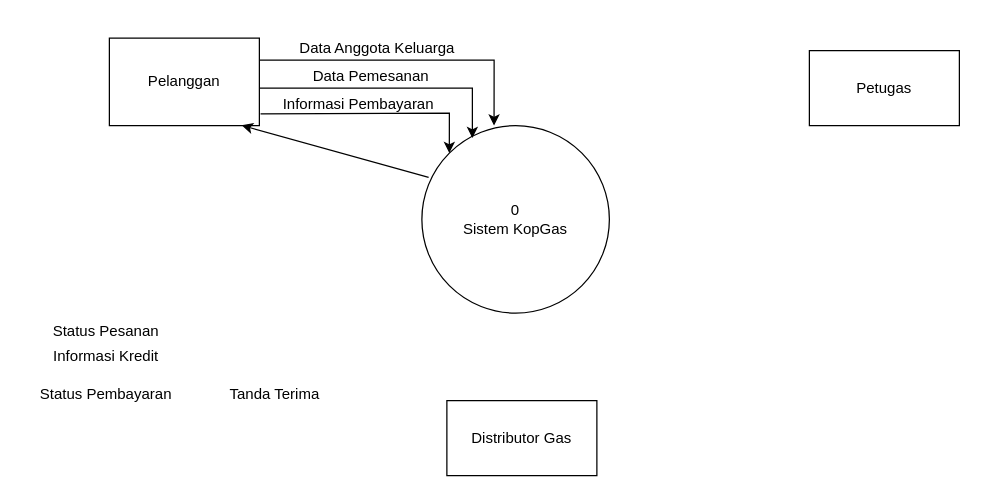
The draw.io diagram KopGas.drawio in fmmkyh/Latihan-RPL, before the edit. Source tidied: cells renumbered, new cells numbered last; positions are measured from the earlier drawing's top-left corner, leaving out a move shared by most shapes. Both pictures are drawn from the tidied source at 125%, with x=0, y=0 at pixel (21, 29).
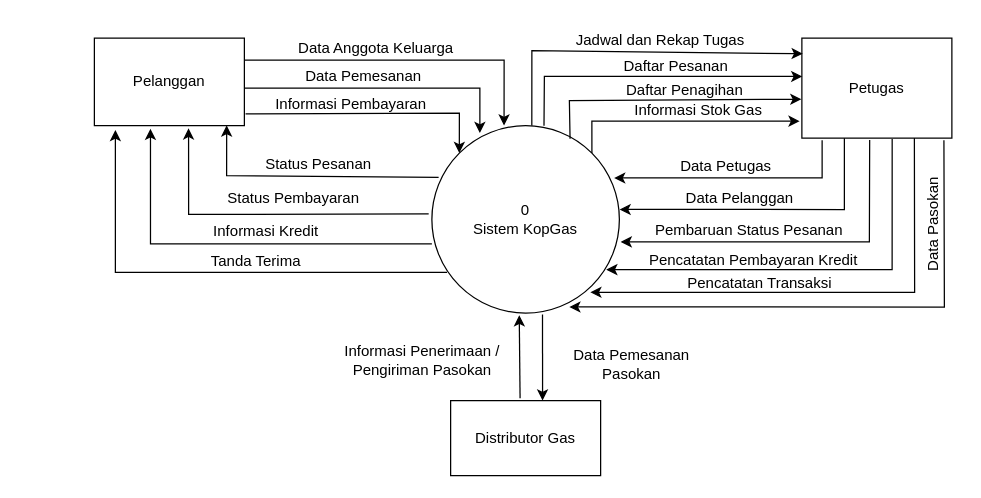
The same page after the edit.

Diff of the diagram source:
```diff
@@
     <mxCell id="2" value="0&lt;br&gt;Sistem&amp;nbsp;&lt;span style=&quot;text-decoration-line: inherit; background-color: transparent; color: light-dark(rgb(0, 0, 0), rgb(255, 255, 255));&quot;&gt;KopGas&lt;/span&gt;" style="ellipse;whiteSpace=wrap;html=1;shapeInside=1;" parent="1" vertex="1">
-      <mxGeometry x="320" y="77" width="150" height="150" as="geometry" />
+      <mxGeometry x="328" y="77" width="150" height="150" as="geometry" />
     </mxCell>
     <mxCell id="3" value="Pelanggan" style="rounded=0;whiteSpace=wrap;html=1;" parent="1" vertex="1">
-      <mxGeometry x="70" y="7" width="120" height="70" as="geometry" />
+      <mxGeometry x="58" y="7" width="120" height="70" as="geometry" />
     </mxCell>
     <mxCell id="4" value="Petugas" style="rounded=0;whiteSpace=wrap;html=1;" parent="1" vertex="1">
-      <mxGeometry x="630" y="17" width="120" height="60" as="geometry" />
+      <mxGeometry x="624" y="7" width="120" height="80" as="geometry" />
     </mxCell>
     <mxCell id="5" value="Distributor Gas" style="rounded=0;whiteSpace=wrap;html=1;" parent="1" vertex="1">
-      <mxGeometry x="340" y="297" width="120" height="60" as="geometry" />
+      <mxGeometry x="343" y="297" width="120" height="60" as="geometry" />
     </mxCell>
     <mxCell id="6" style="endArrow=classic;html=1;rounded=0;exitX=1;exitY=0.25;exitDx=0;exitDy=0;entryX=0.385;entryY=0;entryDx=0;entryDy=0;entryPerimeter=0;" parent="1" edge="1" source="3" target="2">
       <mxGeometry relative="1" as="geometry">
         <Array as="points">
-          <mxPoint x="377.8" y="24.5" />
+          <mxPoint x="385.8" y="24.5" />
         </Array>
       </mxGeometry>
     </mxCell>
     <mxCell id="7" value="Data Anggota Keluarga" style="text;html=1;whiteSpace=wrap;strokeColor=none;fillColor=none;align=center;verticalAlign=middle;rounded=0;" parent="1" vertex="1">
-      <mxGeometry x="217" width="135" height="30" as="geometry" />
+      <mxGeometry x="216" width="135" height="30" as="geometry" />
     </mxCell>
     <mxCell id="8" value="Data Pemesanan" style="text;html=1;whiteSpace=wrap;strokeColor=none;fillColor=none;align=center;verticalAlign=middle;rounded=0;" parent="1" vertex="1">
-      <mxGeometry x="212" y="23" width="135" height="30" as="geometry" />
+      <mxGeometry x="206" y="23" width="135" height="30" as="geometry" />
     </mxCell>
     <mxCell id="9" value="Informasi Pembayaran" style="text;html=1;whiteSpace=wrap;strokeColor=none;fillColor=none;align=center;verticalAlign=middle;rounded=0;" parent="1" vertex="1">
-      <mxGeometry x="202" y="45" width="135" height="30" as="geometry" />
+      <mxGeometry x="196" y="45" width="135" height="30" as="geometry" />
     </mxCell>
-    <mxCell id="10" style="endArrow=classic;html=1;rounded=0;" parent="1" edge="1">
+    <mxCell id="10" style="endArrow=classic;html=1;rounded=0;entryX=0.256;entryY=0.04;entryDx=0;entryDy=0;entryPerimeter=0;" parent="1" edge="1" target="2">
       <mxGeometry relative="1" as="geometry">
-        <mxPoint x="190" y="47" as="sourcePoint" />
-        <mxPoint x="360.4" y="87" as="targetPoint" />
+        <mxPoint x="178" y="47" as="sourcePoint" />
         <Array as="points">
-          <mxPoint x="360.4" y="47" />
+          <mxPoint x="366.4" y="47" />
         </Array>
       </mxGeometry>
     </mxCell>
     <mxCell id="11" style="endArrow=classic;html=1;rounded=0;entryX=0;entryY=0;entryDx=0;entryDy=0;exitX=1.008;exitY=0.866;exitDx=0;exitDy=0;exitPerimeter=0;" parent="1" edge="1" source="3" target="2">
       <mxGeometry relative="1" as="geometry">
         <Array as="points">
-          <mxPoint x="342" y="67" />
+          <mxPoint x="350" y="67" />
         </Array>
       </mxGeometry>
     </mxCell>
     <mxCell id="12" value="Status Pesanan" style="text;html=1;whiteSpace=wrap;strokeColor=none;fillColor=none;align=center;verticalAlign=middle;rounded=0;" parent="1" vertex="1">
-      <mxGeometry y="227" width="135" height="30" as="geometry" />
+      <mxGeometry x="170" y="93" width="135" height="30" as="geometry" />
     </mxCell>
     <mxCell id="13" value="Informasi Kredit" style="text;html=1;whiteSpace=wrap;strokeColor=none;fillColor=none;align=center;verticalAlign=middle;rounded=0;" parent="1" vertex="1">
-      <mxGeometry y="247" width="135" height="30" as="geometry" />
+      <mxGeometry x="128" y="147" width="135" height="30" as="geometry" />
     </mxCell>
     <mxCell id="14" value="Status Pembayaran" style="text;html=1;whiteSpace=wrap;strokeColor=none;fillColor=none;align=center;verticalAlign=middle;rounded=0;" parent="1" vertex="1">
-      <mxGeometry y="277" width="135" height="30" as="geometry" />
+      <mxGeometry x="150" y="120" width="135" height="30" as="geometry" />
     </mxCell>
     <mxCell id="15" value="Tanda Terima" style="text;html=1;whiteSpace=wrap;strokeColor=none;fillColor=none;align=center;verticalAlign=middle;rounded=0;" parent="1" vertex="1">
-      <mxGeometry x="135" y="277" width="135" height="30" as="geometry" />
+      <mxGeometry x="120" y="171" width="135" height="30" as="geometry" />
     </mxCell>
     <mxCell id="16" style="endArrow=classic;html=1;rounded=0;entryX=0.882;entryY=0.997;entryDx=0;entryDy=0;entryPerimeter=0;exitX=0.036;exitY=0.276;exitDx=0;exitDy=0;exitPerimeter=0;" parent="1" edge="1" source="2" target="3">
-      <mxGeometry relative="1" as="geometry" />
+      <mxGeometry relative="1" as="geometry">
+        <Array as="points">
+          <mxPoint x="163.8" y="117" />
+        </Array>
+      </mxGeometry>
     </mxCell>
+    <mxCell id="17" style="endArrow=classic;html=1;rounded=0;entryX=0.628;entryY=1.031;entryDx=0;entryDy=0;entryPerimeter=0;exitX=-0.017;exitY=0.471;exitDx=0;exitDy=0;exitPerimeter=0;" parent="1" edge="1" source="2" target="3">
+      <mxGeometry relative="1" as="geometry">
+        <Array as="points">
+          <mxPoint x="133.4" y="148" />
+        </Array>
+      </mxGeometry>
+    </mxCell>
+    <mxCell id="18" style="endArrow=classic;html=1;rounded=0;entryX=0.374;entryY=1.036;entryDx=0;entryDy=0;entryPerimeter=0;exitX=0;exitY=0.63;exitDx=0;exitDy=0;exitPerimeter=0;" parent="1" edge="1" source="2" target="3">
+      <mxGeometry relative="1" as="geometry">
+        <Array as="points">
+          <mxPoint x="102.9" y="171.5" />
+        </Array>
+      </mxGeometry>
+    </mxCell>
+    <mxCell id="19" style="endArrow=classic;html=1;rounded=0;entryX=0.14;entryY=1.05;entryDx=0;entryDy=0;entryPerimeter=0;exitX=0.081;exitY=0.783;exitDx=0;exitDy=0;exitPerimeter=0;" parent="1" edge="1" source="2" target="3">
+      <mxGeometry relative="1" as="geometry">
+        <Array as="points">
+          <mxPoint x="74.8" y="194.4" />
+        </Array>
+      </mxGeometry>
+    </mxCell>
+    <mxCell id="20" value="Jadwal dan Rekap Tugas" style="text;html=1;whiteSpace=wrap;strokeColor=none;fillColor=none;align=center;verticalAlign=middle;rounded=0;" parent="1" vertex="1">
+      <mxGeometry x="436" y="-6" width="150" height="30" as="geometry" />
+    </mxCell>
+    <mxCell id="21" value="Daftar Pesanan" style="text;html=1;whiteSpace=wrap;strokeColor=none;fillColor=none;align=center;verticalAlign=middle;rounded=0;" parent="1" vertex="1">
+      <mxGeometry x="456" y="15" width="135" height="30" as="geometry" />
+    </mxCell>
+    <mxCell id="22" value="Daftar Penagihan" style="text;html=1;whiteSpace=wrap;strokeColor=none;fillColor=none;align=center;verticalAlign=middle;rounded=0;" parent="1" vertex="1">
+      <mxGeometry x="463" y="34" width="135" height="30" as="geometry" />
+    </mxCell>
+    <mxCell id="23" value="Informasi Stok Gas" style="text;html=1;whiteSpace=wrap;strokeColor=none;fillColor=none;align=center;verticalAlign=middle;rounded=0;" parent="1" vertex="1">
+      <mxGeometry x="474" y="50" width="135" height="30" as="geometry" />
+    </mxCell>
+    <mxCell id="24" style="endArrow=classic;html=1;rounded=0;entryX=0.003;entryY=0.383;entryDx=0;entryDy=0;entryPerimeter=0;exitX=0.598;exitY=0.001;exitDx=0;exitDy=0;exitPerimeter=0;" parent="1" edge="1" source="2" target="4">
+      <mxGeometry relative="1" as="geometry">
+        <Array as="points">
+          <mxPoint x="418" y="37.6" />
+        </Array>
+      </mxGeometry>
+    </mxCell>
+    <mxCell id="25" style="endArrow=classic;html=1;rounded=0;entryX=-0.003;entryY=0.611;entryDx=0;entryDy=0;entryPerimeter=0;exitX=0.737;exitY=0.07;exitDx=0;exitDy=0;exitPerimeter=0;" parent="1" edge="1" source="2" target="4">
+      <mxGeometry relative="1" as="geometry">
+        <Array as="points">
+          <mxPoint x="438" y="57" />
+        </Array>
+      </mxGeometry>
+    </mxCell>
+    <mxCell id="26" style="endArrow=classic;html=1;rounded=0;entryX=-0.015;entryY=0.83;entryDx=0;entryDy=0;entryPerimeter=0;exitX=1;exitY=0;exitDx=0;exitDy=0;" parent="1" edge="1" source="2" target="4">
+      <mxGeometry relative="1" as="geometry">
+        <Array as="points">
+          <mxPoint x="456" y="73.4" />
+        </Array>
+      </mxGeometry>
+    </mxCell>
+    <mxCell id="27" style="endArrow=classic;html=1;rounded=0;exitX=0.533;exitY=0;exitDx=0;exitDy=0;exitPerimeter=0;entryX=0.006;entryY=0.156;entryDx=0;entryDy=0;entryPerimeter=0;" parent="1" edge="1" source="2" target="4">
+      <mxGeometry relative="1" as="geometry">
+        <Array as="points">
+          <mxPoint x="408" y="17" />
+        </Array>
+      </mxGeometry>
+    </mxCell>
+    <mxCell id="28" style="endArrow=classic;html=1;rounded=0;exitX=0.135;exitY=1.022;exitDx=0;exitDy=0;exitPerimeter=0;entryX=0.972;entryY=0.279;entryDx=0;entryDy=0;entryPerimeter=0;" parent="1" edge="1" source="4" target="2">
+      <mxGeometry relative="1" as="geometry">
+        <Array as="points">
+          <mxPoint x="640.2" y="118.8" />
+        </Array>
+      </mxGeometry>
+    </mxCell>
+    <mxCell id="29" value="Data Petugas" style="text;html=1;whiteSpace=wrap;strokeColor=none;fillColor=none;align=center;verticalAlign=middle;rounded=0;" parent="1" vertex="1">
+      <mxGeometry x="496" y="95" width="135" height="30" as="geometry" />
+    </mxCell>
+    <mxCell id="30" value="Data Pelanggan" style="text;html=1;whiteSpace=wrap;strokeColor=none;fillColor=none;align=center;verticalAlign=middle;rounded=0;" parent="1" vertex="1">
+      <mxGeometry x="507" y="120" width="135" height="30" as="geometry" />
+    </mxCell>
+    <mxCell id="31" value="Pencatatan Transaksi" style="text;html=1;whiteSpace=wrap;strokeColor=none;fillColor=none;align=center;verticalAlign=middle;rounded=0;" parent="1" vertex="1">
+      <mxGeometry x="522.5" y="188" width="135" height="30" as="geometry" />
+    </mxCell>
+    <mxCell id="32" value="Pembaruan Status Pesanan" style="text;html=1;whiteSpace=wrap;strokeColor=none;fillColor=none;align=center;verticalAlign=middle;rounded=0;" parent="1" vertex="1">
+      <mxGeometry x="499" y="146" width="166" height="30" as="geometry" />
+    </mxCell>
+    <mxCell id="33" value="Pencatatan Pembayaran Kredit" style="text;html=1;whiteSpace=wrap;strokeColor=none;fillColor=none;align=center;verticalAlign=middle;rounded=0;" parent="1" vertex="1">
+      <mxGeometry x="484.5" y="170" width="201" height="30" as="geometry" />
+    </mxCell>
+    <mxCell id="34" value="Data Pasokan" style="text;html=1;whiteSpace=wrap;strokeColor=none;fillColor=none;align=center;verticalAlign=middle;rounded=0;rotation=-90;" parent="1" vertex="1">
+      <mxGeometry x="661.5" y="141.5" width="135" height="30" as="geometry" />
+    </mxCell>
+    <mxCell id="35" style="endArrow=classic;html=1;rounded=0;exitX=0.452;exitY=1.018;exitDx=0;exitDy=0;exitPerimeter=0;entryX=1.007;entryY=0.62;entryDx=0;entryDy=0;entryPerimeter=0;" parent="1" edge="1" source="4" target="2">
+      <mxGeometry relative="1" as="geometry">
+        <Array as="points">
+          <mxPoint x="678" y="170" />
+        </Array>
+      </mxGeometry>
+    </mxCell>
+    <mxCell id="36" style="endArrow=classic;html=1;rounded=0;entryX=1.001;entryY=0.447;entryDx=0;entryDy=0;entryPerimeter=0;" parent="1" edge="1" target="2">
+      <mxGeometry relative="1" as="geometry">
+        <mxPoint x="658" y="87" as="sourcePoint" />
+        <Array as="points">
+          <mxPoint x="658" y="144.1" />
+        </Array>
+      </mxGeometry>
+    </mxCell>
+    <mxCell id="37" style="endArrow=classic;html=1;rounded=0;exitX=0.602;exitY=1.009;exitDx=0;exitDy=0;exitPerimeter=0;entryX=0.93;entryY=0.768;entryDx=0;entryDy=0;entryPerimeter=0;" parent="1" edge="1" source="4" target="2">
+      <mxGeometry relative="1" as="geometry">
+        <Array as="points">
+          <mxPoint x="696.2" y="192.2" />
+        </Array>
+      </mxGeometry>
+    </mxCell>
+    <mxCell id="38" style="endArrow=classic;html=1;rounded=0;exitX=0.75;exitY=1;exitDx=0;exitDy=0;entryX=0.845;entryY=0.889;entryDx=0;entryDy=0;entryPerimeter=0;" parent="1" edge="1" source="4" target="2">
+      <mxGeometry relative="1" as="geometry">
+        <Array as="points">
+          <mxPoint x="714.2" y="210.4" />
+        </Array>
+      </mxGeometry>
+    </mxCell>
+    <mxCell id="39" style="endArrow=classic;html=1;rounded=0;exitX=0.947;exitY=1.021;exitDx=0;exitDy=0;exitPerimeter=0;entryX=0.733;entryY=0.967;entryDx=0;entryDy=0;entryPerimeter=0;" parent="1" edge="1" source="4" target="2">
+      <mxGeometry relative="1" as="geometry">
+        <Array as="points">
+          <mxPoint x="738" y="222.1" />
+        </Array>
+      </mxGeometry>
+    </mxCell>
+    <mxCell id="40" style="endArrow=classic;html=1;rounded=0;exitX=0.59;exitY=1.007;exitDx=0;exitDy=0;exitPerimeter=0;entryX=0.613;entryY=0;entryDx=0;entryDy=0;entryPerimeter=0;" parent="1" edge="1" source="2" target="5">
+      <mxGeometry relative="1" as="geometry" />
+    </mxCell>
+    <mxCell id="41" style="endArrow=classic;html=1;rounded=0;entryX=0.466;entryY=1.011;entryDx=0;entryDy=0;entryPerimeter=0;exitX=0.463;exitY=-0.032;exitDx=0;exitDy=0;exitPerimeter=0;" parent="1" edge="1" source="5" target="2">
+      <mxGeometry relative="1" as="geometry" />
+    </mxCell>
+    <mxCell id="42" value="Data Pemesanan Pasokan" style="text;html=1;whiteSpace=wrap;strokeColor=none;fillColor=none;align=center;verticalAlign=middle;rounded=0;" parent="1" vertex="1">
+      <mxGeometry x="428" y="253" width="120" height="30" as="geometry" />
+    </mxCell>
+    <mxCell id="43" value="Informasi Penerimaan / Pengiriman Pasokan" style="text;html=1;whiteSpace=wrap;strokeColor=none;fillColor=none;align=center;verticalAlign=middle;rounded=0;" parent="1" vertex="1">
+      <mxGeometry x="253" y="250" width="135" height="30" as="geometry" />
+    </mxCell>
```
